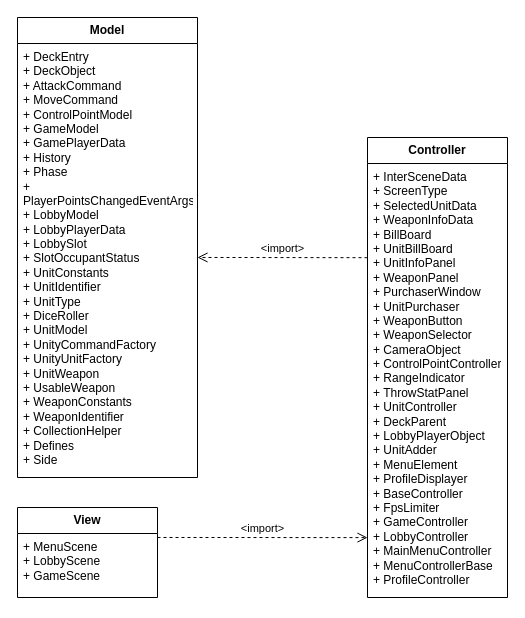
GrG0312/Szakdolgozat keeps this draw.io diagram as page "Package" (1 of 20) of Documents/Diagram/Thesis.drawio. Above is the earlier version. Source tidied: cells renumbered, new cells numbered last; positions are measured from the earlier drawing's top-left corner, leaving out a move shared by most shapes. Both pictures are drawn from the tidied source at 100%, with x=0, y=0 at pixel (17, 17).
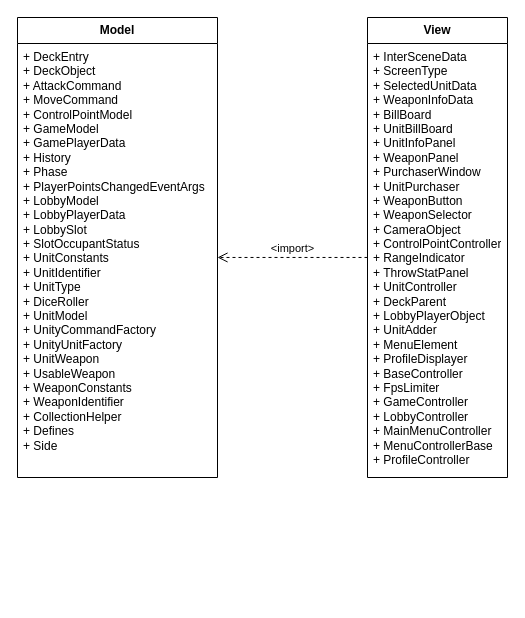
Above is the later version.

What changed in the source:
```diff
@@
 <mxGraphModel>
   <root>
     <mxCell id="0" />
     <mxCell id="1" parent="0" />
     <mxCell id="2" value="Model" style="swimlane;fontStyle=1;horizontal=1;startSize=26;whiteSpace=wrap;html=1;labelBackgroundColor=none;" parent="1" vertex="1">
-      <mxGeometry width="180" height="460" as="geometry" />
+      <mxGeometry width="200" height="460" as="geometry" />
     </mxCell>
     <mxCell id="3" value="+ DeckEntry&lt;div&gt;+ DeckObject&lt;/div&gt;&lt;div&gt;+ AttackCommand&lt;/div&gt;&lt;div&gt;+ MoveCommand&lt;/div&gt;&lt;div&gt;+ ControlPointModel&lt;/div&gt;&lt;div&gt;&lt;/div&gt;+ GameModel&lt;div&gt;+ GamePlayerData&lt;/div&gt;&lt;div&gt;&lt;/div&gt;+ History&lt;div&gt;+ Phase&lt;/div&gt;&lt;div&gt;&lt;/div&gt;+ PlayerPointsChangedEventArgs&lt;div&gt;+ LobbyModel&lt;/div&gt;&lt;div&gt;&lt;/div&gt;+ LobbyPlayerData&lt;div&gt;+ LobbySlot&lt;/div&gt;&lt;div&gt;&lt;/div&gt;+ SlotOccupantStatus&lt;div&gt;+ UnitConstants&lt;/div&gt;&lt;div&gt;&lt;/div&gt;+ UnitIdentifier&lt;div&gt;+ UnitType&lt;/div&gt;&lt;div&gt;&lt;/div&gt;+ DiceRoller&lt;div&gt;+ UnitModel&lt;/div&gt;&lt;div&gt;&lt;/div&gt;+ UnityCommandFactory&lt;div&gt;+ UnityUnitFactory&lt;/div&gt;&lt;div&gt;&lt;/div&gt;+ UnitWeapon&lt;div&gt;+ UsableWeapon&lt;/div&gt;&lt;div&gt;&lt;/div&gt;+ WeaponConstants&lt;div&gt;+ WeaponIdentifier&lt;/div&gt;&lt;div&gt;&lt;/div&gt;+ CollectionHelper&lt;div&gt;+ Defines&lt;/div&gt;&lt;div&gt;&lt;/div&gt;+ Side" style="text;strokeColor=none;fillColor=none;align=left;verticalAlign=top;spacingLeft=4;spacingRight=4;overflow=hidden;points=[[0,0.5],[1,0.5]];portConstraint=eastwest;whiteSpace=wrap;html=1;labelBackgroundColor=none;" parent="2" vertex="1">
-      <mxGeometry y="26" width="180" height="434" as="geometry" />
+      <mxGeometry y="26" width="200" height="434" as="geometry" />
     </mxCell>
-    <mxCell id="4" value="View" style="swimlane;fontStyle=1;horizontal=1;startSize=26;whiteSpace=wrap;html=1;labelBackgroundColor=none;" parent="1" vertex="1">
-      <mxGeometry y="490" width="140" height="90" as="geometry" />
-    </mxCell>
-    <mxCell id="5" value="+ MenuScene&lt;div&gt;+ LobbyScene&lt;/div&gt;&lt;div&gt;+ GameScene&lt;/div&gt;" style="text;strokeColor=none;fillColor=none;align=left;verticalAlign=top;spacingLeft=4;spacingRight=4;overflow=hidden;points=[[0,0.5],[1,0.5]];portConstraint=eastwest;whiteSpace=wrap;html=1;labelBackgroundColor=none;" parent="4" vertex="1">
-      <mxGeometry y="26" width="140" height="64" as="geometry" />
-    </mxCell>
-    <mxCell id="6" value="Controller" style="swimlane;fontStyle=1;horizontal=1;startSize=26;whiteSpace=wrap;html=1;labelBackgroundColor=none;" parent="1" vertex="1">
-      <mxGeometry x="350" y="120" width="140" height="460" as="geometry" />
+    <mxCell id="6" value="View" style="swimlane;fontStyle=1;horizontal=1;startSize=26;whiteSpace=wrap;html=1;labelBackgroundColor=none;" parent="1" vertex="1">
+      <mxGeometry x="350" width="140" height="460" as="geometry" />
     </mxCell>
     <mxCell id="7" value="+ InterSceneData&lt;div&gt;+ ScreenType&lt;/div&gt;&lt;div&gt;+ SelectedUnitData&lt;/div&gt;&lt;div&gt;+ WeaponInfoData&lt;/div&gt;&lt;div&gt;+ BillBoard&lt;/div&gt;&lt;div&gt;+ UnitBillBoard&lt;/div&gt;&lt;div&gt;+ UnitInfoPanel&lt;/div&gt;&lt;div&gt;+ WeaponPanel&lt;/div&gt;&lt;div&gt;+ PurchaserWindow&lt;/div&gt;&lt;div&gt;+ UnitPurchaser&lt;/div&gt;&lt;div&gt;&lt;/div&gt;+ WeaponButton&lt;div&gt;+ WeaponSelector&lt;/div&gt;&lt;div&gt;&lt;/div&gt;+ CameraObject&lt;div&gt;+ ControlPointController&lt;/div&gt;&lt;div&gt;&lt;/div&gt;+ RangeIndicator&lt;div&gt;+ ThrowStatPanel&lt;/div&gt;&lt;div&gt;&lt;/div&gt;+ UnitController&lt;div&gt;+ DeckParent&lt;/div&gt;&lt;div&gt;&lt;/div&gt;+ LobbyPlayerObject&lt;div&gt;+ UnitAdder&lt;/div&gt;&lt;div&gt;&lt;/div&gt;+ MenuElement&lt;div&gt;+ ProfileDisplayer&lt;/div&gt;&lt;div&gt;&lt;/div&gt;+ BaseController&lt;div&gt;+ FpsLimiter&lt;/div&gt;&lt;div&gt;&lt;/div&gt;+ GameController&lt;div&gt;+ LobbyController&lt;/div&gt;&lt;div&gt;&lt;/div&gt;+ MainMenuController&lt;div&gt;+ MenuControllerBase&lt;/div&gt;&lt;div&gt;&lt;/div&gt;+ ProfileController" style="text;strokeColor=none;fillColor=none;align=left;verticalAlign=top;spacingLeft=4;spacingRight=4;overflow=hidden;points=[[0,0.5],[1,0.5]];portConstraint=eastwest;whiteSpace=wrap;html=1;labelBackgroundColor=none;" parent="6" vertex="1">
       <mxGeometry y="26" width="140" height="434" as="geometry" />
     </mxCell>
-    <mxCell id="8" value="&amp;lt;import&amp;gt;" style="html=1;verticalAlign=bottom;endArrow=open;dashed=1;endSize=8;curved=0;rounded=0;labelBackgroundColor=none;fontColor=default;entryX=0;entryY=0.862;entryDx=0;entryDy=0;entryPerimeter=0;exitX=1;exitY=0.062;exitDx=0;exitDy=0;exitPerimeter=0;" parent="1" edge="1" source="5" target="7">
-      <mxGeometry relative="1" as="geometry" />
-    </mxCell>
-    <mxCell id="9" value="&amp;lt;import&amp;gt;" style="html=1;verticalAlign=bottom;endArrow=open;dashed=1;endSize=8;curved=0;rounded=0;labelBackgroundColor=none;fontColor=default;exitX=0;exitY=0.217;exitDx=0;exitDy=0;exitPerimeter=0;entryX=1;entryY=0.493;entryDx=0;entryDy=0;entryPerimeter=0;" parent="1" edge="1" source="7" target="3">
+    <mxCell id="9" value="&amp;lt;import&amp;gt;" style="html=1;verticalAlign=bottom;endArrow=open;dashed=1;endSize=8;curved=0;rounded=0;labelBackgroundColor=none;fontColor=default;entryX=1;entryY=0.493;entryDx=0;entryDy=0;entryPerimeter=0;exitX=0;exitY=0.493;exitDx=0;exitDy=0;exitPerimeter=0;" parent="1" edge="1" source="7" target="3">
       <mxGeometry relative="1" as="geometry" />
     </mxCell>
   </root>
 </mxGraphModel>
```
